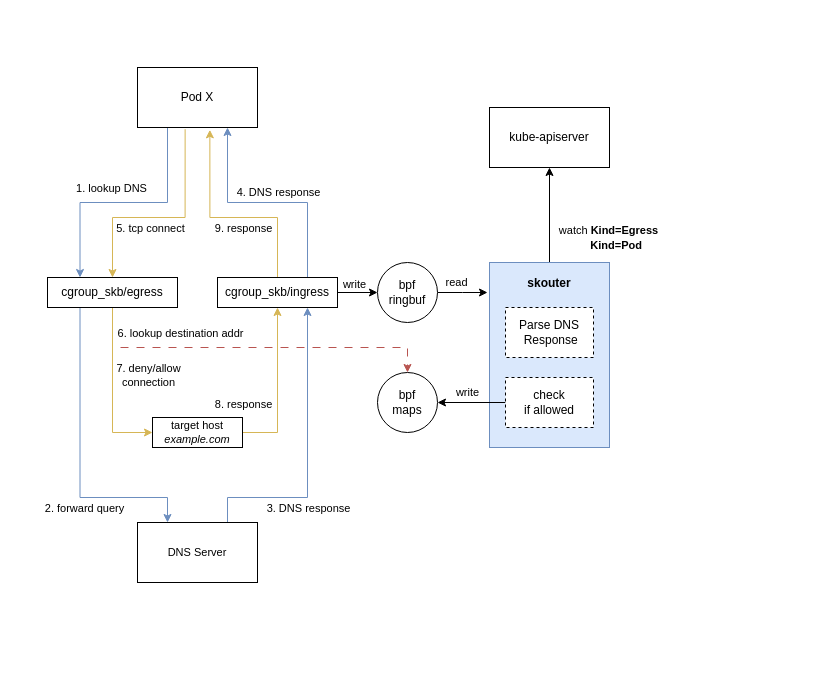
This is page "overview" (1 of 3) of diagrams.drawio from moolen/skouter, a draw.io file, before an edit. Source tidied: cells renumbered, new cells numbered last; positions are measured from the earlier drawing's top-left corner, leaving out a move shared by most shapes. Both pictures are drawn from the tidied source at 100%, with x=0, y=0 at pixel (37, 57).
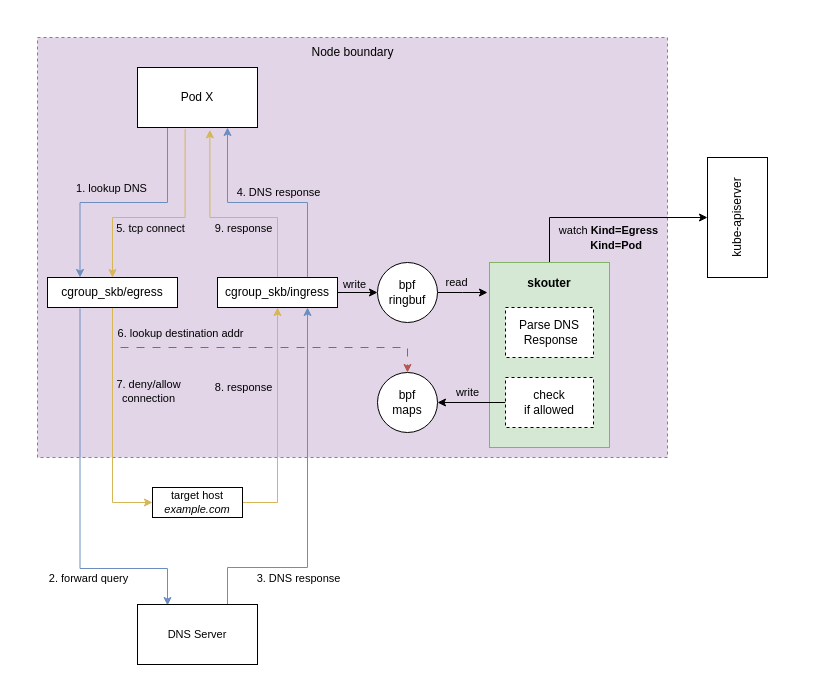
The same diagram, later.

The change refers to these unchanged cells:
```xml
<mxCell id="3" style="edgeStyle=orthogonalEdgeStyle;rounded=0;jettySize=auto;html=1;exitX=1;exitY=0.5;exitDx=0;exitDy=0;entryX=0;entryY=0.5;entryDx=0;entryDy=0;" parent="1" edge="1" source="15" target="24">
  <mxGeometry relative="1" as="geometry" />
</mxCell>
<mxCell id="6" style="edgeStyle=orthogonalEdgeStyle;rounded=0;jettySize=auto;html=1;exitX=0.5;exitY=1;exitDx=0;exitDy=0;labelBackgroundColor=none;fontSize=11;entryX=0.5;entryY=0;entryDx=0;entryDy=0;dashed=1;dashPattern=8 8;fillColor=#f8cecc;strokeColor=#b85450;" parent="1" edge="1" source="10" target="26">
  <mxGeometry relative="1" as="geometry">
    <Array as="points">
      <mxPoint x="75" y="290" />
      <mxPoint x="370" y="290" />
    </Array>
  </mxGeometry>
</mxCell>
<mxCell id="8" style="edgeStyle=orthogonalEdgeStyle;rounded=0;jettySize=auto;html=1;exitX=0.5;exitY=1;exitDx=0;exitDy=0;entryX=0;entryY=0.5;entryDx=0;entryDy=0;labelBackgroundColor=none;fontSize=11;fillColor=#fff2cc;strokeColor=#d6b656;" parent="1" edge="1" source="10" target="32">
  <mxGeometry relative="1" as="geometry" />
</mxCell>
<mxCell id="10" value="cgroup_skb/egress" style="whiteSpace=wrap;html=1;" parent="1" vertex="1">
  <mxGeometry x="10" y="220" width="130" height="30" as="geometry" />
</mxCell>
<mxCell id="11" style="edgeStyle=orthogonalEdgeStyle;rounded=0;jettySize=auto;html=1;exitX=0.75;exitY=0;exitDx=0;exitDy=0;entryX=0.75;entryY=1;entryDx=0;entryDy=0;labelBackgroundColor=none;fontSize=11;fillColor=#dae8fc;strokeColor=#6c8ebf;" parent="1" edge="1" source="15" target="20">
  <mxGeometry relative="1" as="geometry" />
</mxCell>
<mxCell id="13" style="edgeStyle=orthogonalEdgeStyle;rounded=0;jettySize=auto;html=1;exitX=0.5;exitY=0;exitDx=0;exitDy=0;entryX=0.603;entryY=1.039;entryDx=0;entryDy=0;labelBackgroundColor=none;fontSize=11;entryPerimeter=0;fillColor=#fff2cc;strokeColor=#d6b656;" parent="1" edge="1" source="15" target="20">
  <mxGeometry relative="1" as="geometry">
    <Array as="points">
      <mxPoint x="240" y="160" />
      <mxPoint x="172" y="160" />
    </Array>
  </mxGeometry>
</mxCell>
<mxCell id="15" value="cgroup_skb/ingress" style="whiteSpace=wrap;html=1;" parent="1" vertex="1">
  <mxGeometry x="180" y="220" width="120" height="30" as="geometry" />
</mxCell>
<mxCell id="16" style="edgeStyle=orthogonalEdgeStyle;rounded=0;jettySize=auto;html=1;exitX=0.25;exitY=1;exitDx=0;exitDy=0;entryX=0.25;entryY=0;entryDx=0;entryDy=0;fillColor=#dae8fc;strokeColor=#6c8ebf;" parent="1" edge="1" source="20" target="10">
  <mxGeometry relative="1" as="geometry" />
</mxCell>
<mxCell id="18" style="edgeStyle=orthogonalEdgeStyle;rounded=0;jettySize=auto;html=1;exitX=0.397;exitY=1.028;exitDx=0;exitDy=0;entryX=0.5;entryY=0;entryDx=0;entryDy=0;labelBackgroundColor=none;fontSize=11;fillColor=#fff2cc;strokeColor=#d6b656;exitPerimeter=0;" parent="1" edge="1" source="20" target="10">
  <mxGeometry relative="1" as="geometry">
    <Array as="points">
      <mxPoint x="148" y="160" />
      <mxPoint x="75" y="160" />
    </Array>
  </mxGeometry>
</mxCell>
<mxCell id="24" value="bpf&lt;br&gt;ringbuf" style="ellipse;whiteSpace=wrap;html=1;" parent="1" vertex="1">
  <mxGeometry x="340" y="205" width="60" height="60" as="geometry" />
</mxCell>
<mxCell id="30" style="edgeStyle=orthogonalEdgeStyle;rounded=0;jettySize=auto;html=1;exitX=1;exitY=0.5;exitDx=0;exitDy=0;entryX=0.5;entryY=1;entryDx=0;entryDy=0;fillColor=#fff2cc;strokeColor=#d6b656;" parent="1" edge="1" source="32" target="15">
  <mxGeometry relative="1" as="geometry" />
</mxCell>
```

Change to the diagram source:
```diff
@@
     <mxCell id="2" style="rounded=0;whiteSpace=wrap;html=1;dashed=1;fontSize=11;strokeColor=none;fillColor=#FFFFFF;" parent="1" vertex="1">
-      <mxGeometry width="650" height="540" as="geometry" />
+      <mxGeometry x="-20" y="-40" width="780" height="580" as="geometry" />
     </mxCell>
+    <mxCell id="37" style="rounded=0;whiteSpace=wrap;html=1;fillColor=#e1d5e7;dashed=1;strokeColor=#9673a6;" parent="1" vertex="1">
+      <mxGeometry y="-20" width="630" height="420" as="geometry" />
+    </mxCell>
@@
-    <mxCell id="4" value="write" style="edgeLabel;html=1;align=center;verticalAlign=middle;" parent="3" vertex="1">
+    <mxCell id="4" value="write" style="edgeLabel;html=1;align=center;verticalAlign=middle;labelBackgroundColor=none;" parent="3" vertex="1">
       <mxGeometry x="0.2" relative="1" as="geometry">
         <mxPoint x="-8" y="-9" as="offset" />
       </mxGeometry>
     </mxCell>
-    <mxCell id="5" value="2. forward query" style="edgeStyle=orthogonalEdgeStyle;rounded=0;jettySize=auto;html=1;exitX=0.25;exitY=1;exitDx=0;exitDy=0;entryX=0.25;entryY=0;entryDx=0;entryDy=0;labelBackgroundColor=none;fontSize=11;fillColor=#dae8fc;strokeColor=#6c8ebf;" parent="1" edge="1" source="10" target="29">
-      <mxGeometry x="0.28" y="-11" relative="1" as="geometry">
+    <mxCell id="5" value="2. forward query" style="edgeStyle=orthogonalEdgeStyle;rounded=0;orthogonalLoop=1;jettySize=auto;html=1;exitX=0.25;exitY=1;exitDx=0;exitDy=0;entryX=0.25;entryY=0;entryDx=0;entryDy=0;labelBackgroundColor=none;fontSize=11;fillColor=#dae8fc;strokeColor=#6c8ebf;" parent="1" edge="1">
+      <mxGeometry x="0.39" y="-10" relative="1" as="geometry">
+        <mxPoint x="42.5" y="251" as="sourcePoint" />
+        <mxPoint x="130" y="548" as="targetPoint" />
         <Array as="points">
-          <mxPoint x="43" y="440" />
-          <mxPoint x="130" y="440" />
+          <mxPoint x="43" y="511" />
+          <mxPoint x="130" y="511" />
         </Array>
+        <mxPoint x="1" as="offset" />
       </mxGeometry>
     </mxCell>
@@
-    <mxCell id="7" value="6. lookup destination addr" style="edgeLabel;html=1;align=center;verticalAlign=middle;fontSize=11;" parent="6" vertex="1">
+    <mxCell id="7" value="6. lookup destination addr" style="edgeLabel;html=1;align=center;verticalAlign=middle;fontSize=11;labelBackgroundColor=none;" parent="6" vertex="1">
       <mxGeometry x="-0.53" y="2" relative="1" as="geometry">
         <mxPoint x="22" y="-13" as="offset" />
       </mxGeometry>
     </mxCell>
@@
-    <mxCell id="9" value="7. deny/allow&lt;br&gt;connection" style="edgeLabel;html=1;align=center;verticalAlign=middle;fontSize=11;" parent="8" vertex="1">
+    <mxCell id="9" value="7. deny/allow&lt;br&gt;connection" style="edgeLabel;html=1;align=center;verticalAlign=middle;fontSize=11;labelBackgroundColor=none;" parent="8" vertex="1">
       <mxGeometry x="-0.54" relative="1" as="geometry">
         <mxPoint x="35" y="29" as="offset" />
       </mxGeometry>
     </mxCell>
@@
-    <mxCell id="12" value="4. DNS response" style="edgeLabel;html=1;align=center;verticalAlign=middle;fontSize=11;" parent="11" vertex="1">
+    <mxCell id="12" value="4. DNS response" style="edgeLabel;html=1;align=center;verticalAlign=middle;fontSize=11;labelBackgroundColor=none;" parent="11" vertex="1">
       <mxGeometry x="0.44" relative="1" as="geometry">
         <mxPoint x="50" as="offset" />
       </mxGeometry>
     </mxCell>
@@
-    <mxCell id="14" value="9. response" style="edgeLabel;html=1;align=center;verticalAlign=middle;" parent="13" vertex="1">
+    <mxCell id="14" value="9. response" style="edgeLabel;html=1;align=center;verticalAlign=middle;labelBackgroundColor=none;" parent="13" vertex="1">
       <mxGeometry x="-0.61" y="2" relative="1" as="geometry">
         <mxPoint x="-33" y="-8" as="offset" />
       </mxGeometry>
     </mxCell>
@@
-    <mxCell id="17" value="1. lookup DNS" style="edgeLabel;html=1;align=center;verticalAlign=middle;" parent="16" vertex="1">
+    <mxCell id="17" value="1. lookup DNS" style="edgeLabel;html=1;align=center;verticalAlign=middle;labelBackgroundColor=none;" parent="16" vertex="1">
       <mxGeometry x="-0.25" y="5" relative="1" as="geometry">
         <mxPoint x="-43" y="-20" as="offset" />
       </mxGeometry>
     </mxCell>
@@
-    <mxCell id="19" value="5. tcp connect" style="edgeLabel;html=1;align=center;verticalAlign=middle;fontSize=11;" parent="18" vertex="1">
+    <mxCell id="19" value="5. tcp connect" style="edgeLabel;html=1;align=center;verticalAlign=middle;fontSize=11;labelBackgroundColor=none;" parent="18" vertex="1">
       <mxGeometry x="0.05" y="-1" relative="1" as="geometry">
         <mxPoint x="-7" y="11" as="offset" />
       </mxGeometry>
     </mxCell>
@@
-    <mxCell id="21" value="read" style="edgeStyle=orthogonalEdgeStyle;rounded=0;jettySize=auto;html=1;exitX=1;exitY=0.5;exitDx=0;exitDy=0;" parent="1" edge="1" source="24">
+    <mxCell id="21" value="read" style="edgeStyle=orthogonalEdgeStyle;rounded=0;jettySize=auto;html=1;exitX=1;exitY=0.5;exitDx=0;exitDy=0;labelBackgroundColor=none;" parent="1" edge="1" source="24">
       <mxGeometry x="-0.23" y="10" relative="1" as="geometry">
         <mxPoint x="450" y="235" as="targetPoint" />
       </mxGeometry>
     </mxCell>
-    <mxCell id="22" style="edgeStyle=orthogonalEdgeStyle;rounded=0;jettySize=auto;html=1;exitX=0.5;exitY=0;exitDx=0;exitDy=0;entryX=0.5;entryY=1;entryDx=0;entryDy=0;" parent="1" edge="1" source="23" target="35">
+    <mxCell id="22" style="edgeStyle=orthogonalEdgeStyle;rounded=0;jettySize=auto;html=1;exitX=0.5;exitY=0;exitDx=0;exitDy=0;entryX=0.5;entryY=0;entryDx=0;entryDy=0;" parent="1" edge="1" source="23" target="35">
       <mxGeometry relative="1" as="geometry" />
     </mxCell>
-    <mxCell id="23" value="&lt;b&gt;skouter&lt;/b&gt;&lt;br&gt;&lt;br&gt;&lt;br&gt;&lt;br&gt;&lt;br&gt;&lt;br&gt;&lt;br&gt;&lt;br&gt;&lt;br&gt;&lt;br&gt;&lt;br&gt;" style="whiteSpace=wrap;html=1;fillColor=#dae8fc;strokeColor=#6c8ebf;" parent="1" vertex="1">
+    <mxCell id="23" value="&lt;b&gt;skouter&lt;/b&gt;&lt;br&gt;&lt;br&gt;&lt;br&gt;&lt;br&gt;&lt;br&gt;&lt;br&gt;&lt;br&gt;&lt;br&gt;&lt;br&gt;&lt;br&gt;&lt;br&gt;" style="whiteSpace=wrap;html=1;fillColor=#d5e8d4;strokeColor=#82b366;" parent="1" vertex="1">
       <mxGeometry x="452" y="205" width="120" height="185" as="geometry" />
     </mxCell>
@@
     <mxCell id="27" style="edgeStyle=orthogonalEdgeStyle;rounded=0;jettySize=auto;html=1;exitX=0.75;exitY=0;exitDx=0;exitDy=0;entryX=0.75;entryY=1;entryDx=0;entryDy=0;labelBackgroundColor=none;fontSize=11;fillColor=#dae8fc;strokeColor=#6c8ebf;" parent="1" edge="1" source="29" target="15">
       <mxGeometry relative="1" as="geometry">
         <Array as="points">
-          <mxPoint x="190" y="440" />
-          <mxPoint x="270" y="440" />
+          <mxPoint x="190" y="510" />
+          <mxPoint x="270" y="510" />
         </Array>
       </mxGeometry>
     </mxCell>
     <mxCell id="28" value="3. DNS response" style="edgeLabel;html=1;align=center;verticalAlign=middle;fontSize=11;" parent="27" vertex="1">
       <mxGeometry x="-0.3" y="-2" relative="1" as="geometry">
-        <mxPoint x="2" y="8" as="offset" />
+        <mxPoint x="-12" y="25" as="offset" />
       </mxGeometry>
     </mxCell>
     <mxCell id="29" value="DNS Server" style="whiteSpace=wrap;html=1;fontSize=11;" parent="1" vertex="1">
-      <mxGeometry x="100" y="465" width="120" height="60" as="geometry" />
+      <mxGeometry x="100" y="547" width="120" height="60" as="geometry" />
     </mxCell>
@@
-    <mxCell id="31" value="8. response" style="edgeLabel;html=1;align=center;verticalAlign=middle;" parent="30" vertex="1">
+    <mxCell id="31" value="8. response" style="edgeLabel;html=1;align=center;verticalAlign=middle;labelBackgroundColor=none;" parent="30" vertex="1">
       <mxGeometry x="0.14" y="1" relative="1" as="geometry">
-        <mxPoint x="-34" y="27" as="offset" />
+        <mxPoint x="-34" y="-20" as="offset" />
       </mxGeometry>
     </mxCell>
     <mxCell id="32" value="target host&lt;br&gt;&lt;i&gt;example.com&lt;/i&gt;" style="whiteSpace=wrap;html=1;fontSize=11;" parent="1" vertex="1">
-      <mxGeometry x="115" y="360" width="90" height="30" as="geometry" />
+      <mxGeometry x="115" y="430" width="90" height="30" as="geometry" />
     </mxCell>
@@
-    <mxCell id="35" value="kube-apiserver" style="rounded=0;whiteSpace=wrap;html=1;" parent="1" vertex="1">
-      <mxGeometry x="452" y="50" width="120" height="60" as="geometry" />
+    <mxCell id="35" value="kube-apiserver" style="rounded=0;whiteSpace=wrap;html=1;rotation=-90;" parent="1" vertex="1">
+      <mxGeometry x="640" y="130" width="120" height="60" as="geometry" />
     </mxCell>
@@
+    <mxCell id="38" value="Node boundary" style="text;html=1;align=center;verticalAlign=middle;strokeColor=none;fillColor=none;" parent="1" vertex="1">
+      <mxGeometry x="260" y="-20" width="110" height="30" as="geometry" />
+    </mxCell>
```
